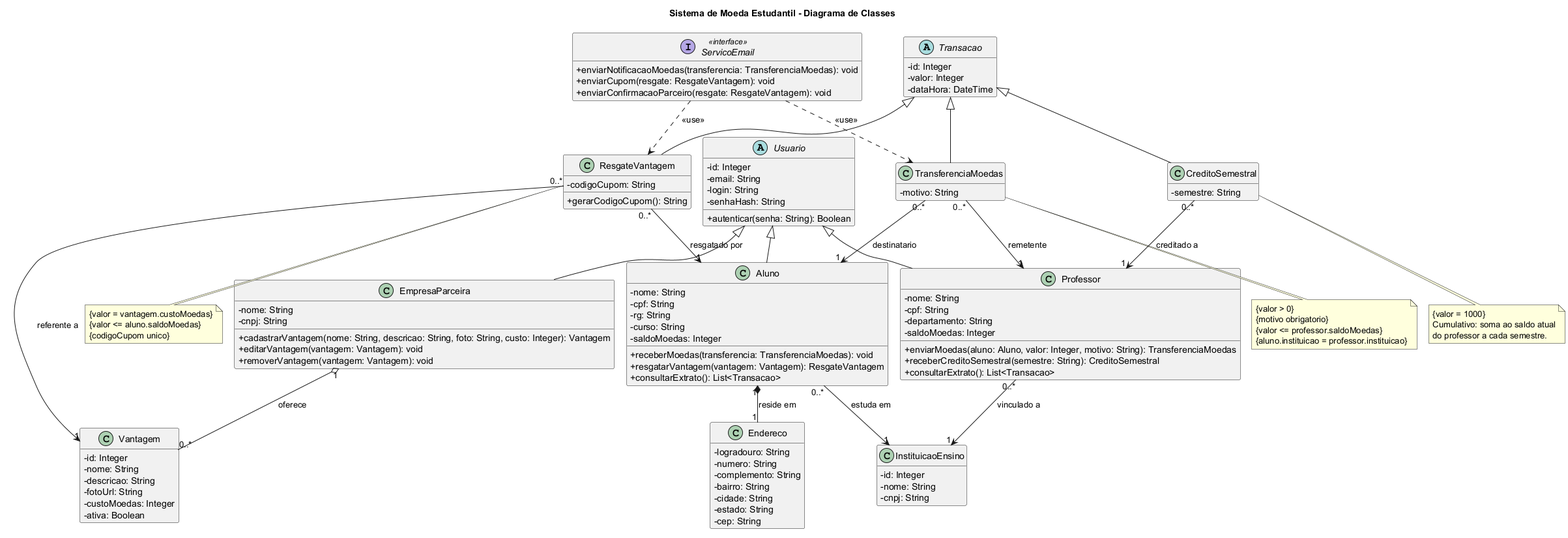
natadias/moeda-estudantil keeps this PlantUML diagram as docs/diagramas/classes/diagrama-de-classes.png. Above is the earlier version.
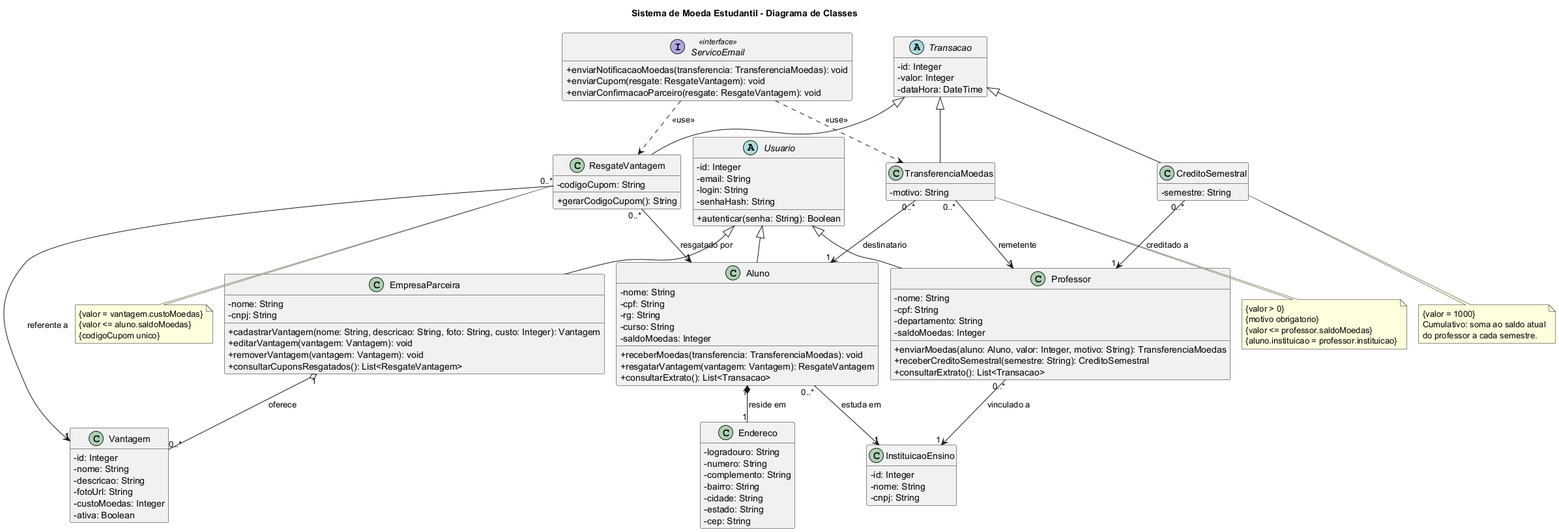
The same file after the commit.

What changed in the source:
```diff
@@ -40,6 +40,7 @@
   + cadastrarVantagem(nome: String, descricao: String, foto: String, custo: Integer): Vantagem
   + editarVantagem(vantagem: Vantagem): void
   + removerVantagem(vantagem: Vantagem): void
+  + consultarCuponsResgatados(): List<ResgateVantagem>
 }
 
 class Endereco {
```
